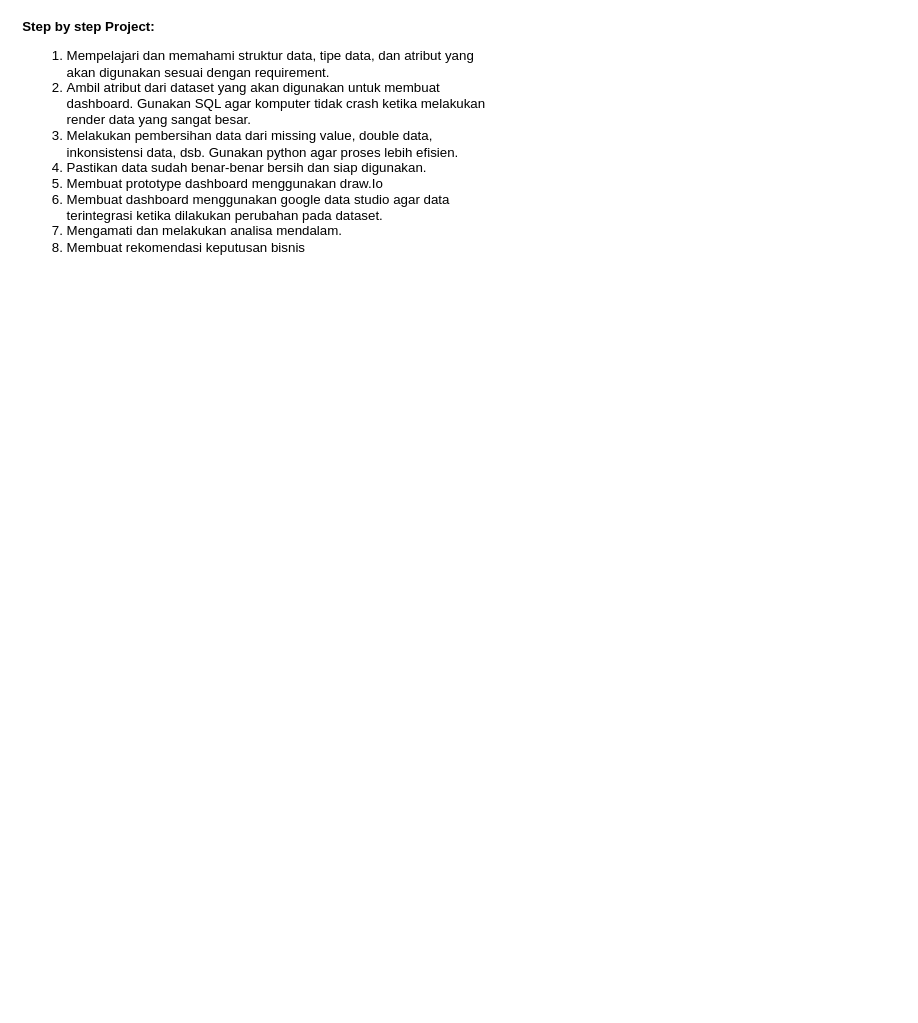
mzakiIbrahim21/Project-Independent-S1E3 keeps this draw.io diagram as Procedure, Requirement, Prototyping.drawio. Above is the earlier version. Source tidied: cells renumbered, new cells numbered last; positions are measured from the earlier drawing's top-left corner, leaving out a move shared by most shapes. Both pictures are drawn from the tidied source at 111%, with x=0, y=0 at pixel (20, 93).
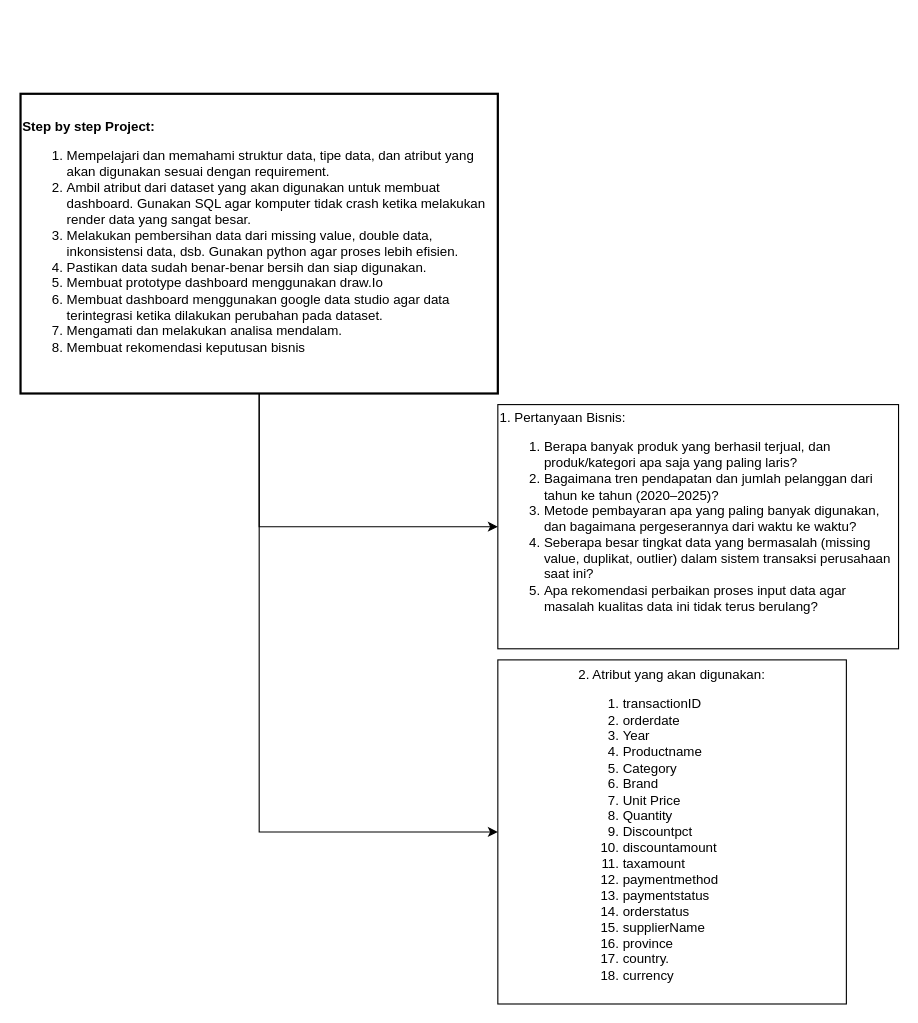
Above is the later version.

The edit, as a diff of the source:
```diff
@@
 <mxGraphModel>
   <root>
     <mxCell id="0" />
     <mxCell id="1" parent="0" />
+    <mxCell id="3" style="edgeStyle=orthogonalEdgeStyle;rounded=0;jettySize=auto;html=1;exitX=0.5;exitY=1;exitDx=0;exitDy=0;entryX=0;entryY=0.5;entryDx=0;entryDy=0;" parent="1" edge="1" source="2" target="5">
+      <mxGeometry relative="1" as="geometry" />
+    </mxCell>
+    <mxCell id="4" style="edgeStyle=orthogonalEdgeStyle;rounded=0;jettySize=auto;html=1;exitX=0.5;exitY=1;exitDx=0;exitDy=0;entryX=0;entryY=0.5;entryDx=0;entryDy=0;" parent="1" edge="1" source="2" target="6">
+      <mxGeometry relative="1" as="geometry" />
+    </mxCell>
-    <mxCell id="2" value="&lt;b&gt;Step by step Project:&lt;/b&gt;&lt;div&gt;&lt;ol&gt;&lt;li&gt;Mempelajari dan memahami struktur data, tipe data, dan atribut yang akan digunakan sesuai dengan requirement.&lt;/li&gt;&lt;li&gt;Ambil atribut dari dataset yang akan digunakan untuk membuat dashboard. Gunakan SQL agar komputer tidak crash ketika melakukan render data yang sangat besar.&lt;/li&gt;&lt;li&gt;Melakukan pembersihan data dari missing value, double data, inkonsistensi data, dsb. Gunakan python agar proses lebih efisien.&lt;/li&gt;&lt;li&gt;Pastikan data sudah benar-benar bersih dan siap digunakan.&lt;/li&gt;&lt;li&gt;Membuat prototype dashboard menggunakan draw.Io&lt;/li&gt;&lt;li&gt;Membuat dashboard menggunakan google data studio agar data terintegrasi ketika dilakukan perubahan pada dataset.&lt;/li&gt;&lt;li&gt;Mengamati dan melakukan analisa mendalam.&lt;/li&gt;&lt;li&gt;Membuat rekomendasi keputusan bisnis&lt;/li&gt;&lt;/ol&gt;&lt;/div&gt;" style="text;html=1;whiteSpace=wrap;strokeColor=none;fillColor=none;align=left;verticalAlign=middle;rounded=0;" parent="1" vertex="1">
-      <mxGeometry width="430" height="90" as="geometry" />
+    <mxCell id="2" value="&lt;b&gt;Step by step Project:&lt;/b&gt;&lt;div&gt;&lt;ol&gt;&lt;li&gt;Mempelajari dan memahami struktur data, tipe data, dan atribut yang akan digunakan sesuai dengan requirement.&lt;/li&gt;&lt;li&gt;Ambil atribut dari dataset yang akan digunakan untuk membuat dashboard. Gunakan SQL agar komputer tidak crash ketika melakukan render data yang sangat besar.&lt;/li&gt;&lt;li&gt;Melakukan pembersihan data dari missing value, double data, inkonsistensi data, dsb. Gunakan python agar proses lebih efisien.&lt;/li&gt;&lt;li&gt;Pastikan data sudah benar-benar bersih dan siap digunakan.&lt;/li&gt;&lt;li&gt;Membuat prototype dashboard menggunakan draw.Io&lt;/li&gt;&lt;li&gt;Membuat dashboard menggunakan google data studio agar data terintegrasi ketika dilakukan perubahan pada dataset.&lt;/li&gt;&lt;li&gt;Mengamati dan melakukan analisa mendalam.&lt;/li&gt;&lt;li&gt;Membuat rekomendasi keputusan bisnis&lt;/li&gt;&lt;/ol&gt;&lt;/div&gt;" style="text;html=1;whiteSpace=wrap;align=left;verticalAlign=middle;rounded=0;strokeWidth=2;fillColor=default;strokeColor=default;" parent="1" vertex="1">
+      <mxGeometry width="430" height="270" as="geometry" />
     </mxCell>
+    <mxCell id="5" value="1.&amp;nbsp;&lt;span style=&quot;background-color: transparent; color: light-dark(rgb(0, 0, 0), rgb(255, 255, 255));&quot;&gt;Pertanyaan Bisnis:&lt;/span&gt;&lt;div&gt;&lt;ol&gt;&lt;li&gt;&lt;span style=&quot;background-color: transparent; color: light-dark(rgb(0, 0, 0), rgb(255, 255, 255));&quot;&gt;Berapa banyak produk yang berhasil terjual, dan produk/kategori apa saja yang paling laris?&lt;/span&gt;&lt;/li&gt;&lt;li&gt;&lt;span style=&quot;background-color: transparent; color: light-dark(rgb(0, 0, 0), rgb(255, 255, 255));&quot;&gt;Bagaimana tren pendapatan dan jumlah pelanggan dari tahun ke tahun (2020–2025)?&lt;/span&gt;&lt;/li&gt;&lt;li&gt;&lt;span style=&quot;background-color: transparent; color: light-dark(rgb(0, 0, 0), rgb(255, 255, 255));&quot;&gt;Metode pembayaran apa yang paling banyak digunakan, dan bagaimana pergeserannya dari waktu ke waktu?&lt;/span&gt;&lt;/li&gt;&lt;li&gt;&lt;span style=&quot;background-color: transparent; color: light-dark(rgb(0, 0, 0), rgb(255, 255, 255));&quot;&gt;Seberapa besar tingkat data yang bermasalah (missing value, duplikat, outlier) dalam sistem transaksi perusahaan saat ini?&lt;/span&gt;&lt;/li&gt;&lt;li&gt;&lt;span style=&quot;background-color: transparent; color: light-dark(rgb(0, 0, 0), rgb(255, 255, 255));&quot;&gt;Apa rekomendasi perbaikan proses input data agar masalah kualitas data ini tidak terus berulang?&lt;/span&gt;&lt;/li&gt;&lt;/ol&gt;&lt;/div&gt;&lt;div&gt;&lt;br&gt;&lt;/div&gt;" style="text;html=1;whiteSpace=wrap;strokeColor=default;fillColor=default;align=left;verticalAlign=middle;rounded=0;strokeWidth=1;" parent="1" vertex="1">
+      <mxGeometry x="430" y="280" width="361" height="220" as="geometry" />
+    </mxCell>
+    <mxCell id="6" value="&lt;div style=&quot;text-align: left;&quot;&gt;2. Atribut yang akan digunakan:&lt;/div&gt;&lt;div style=&quot;text-align: left;&quot;&gt;&lt;ol&gt;&lt;li&gt;transactionID&lt;/li&gt;&lt;li&gt;orderdate&lt;/li&gt;&lt;li&gt;Year&lt;/li&gt;&lt;li&gt;Productname&lt;/li&gt;&lt;li&gt;Category&lt;/li&gt;&lt;li&gt;Brand&lt;/li&gt;&lt;li&gt;Unit Price&lt;/li&gt;&lt;li&gt;Quantity&lt;/li&gt;&lt;li&gt;Discountpct&lt;/li&gt;&lt;li&gt;discountamount&lt;/li&gt;&lt;li&gt;taxamount&lt;/li&gt;&lt;li&gt;paymentmethod&lt;/li&gt;&lt;li&gt;paymentstatus&lt;/li&gt;&lt;li&gt;orderstatus&lt;/li&gt;&lt;li&gt;supplierName&lt;/li&gt;&lt;li&gt;province&lt;/li&gt;&lt;li&gt;country.&lt;/li&gt;&lt;li&gt;currency&lt;/li&gt;&lt;/ol&gt;&lt;/div&gt;" style="text;html=1;whiteSpace=wrap;strokeColor=default;fillColor=default;align=center;verticalAlign=middle;rounded=0;" parent="1" vertex="1">
+      <mxGeometry x="430" y="510" width="314" height="310" as="geometry" />
+    </mxCell>
   </root>
 </mxGraphModel>
```
